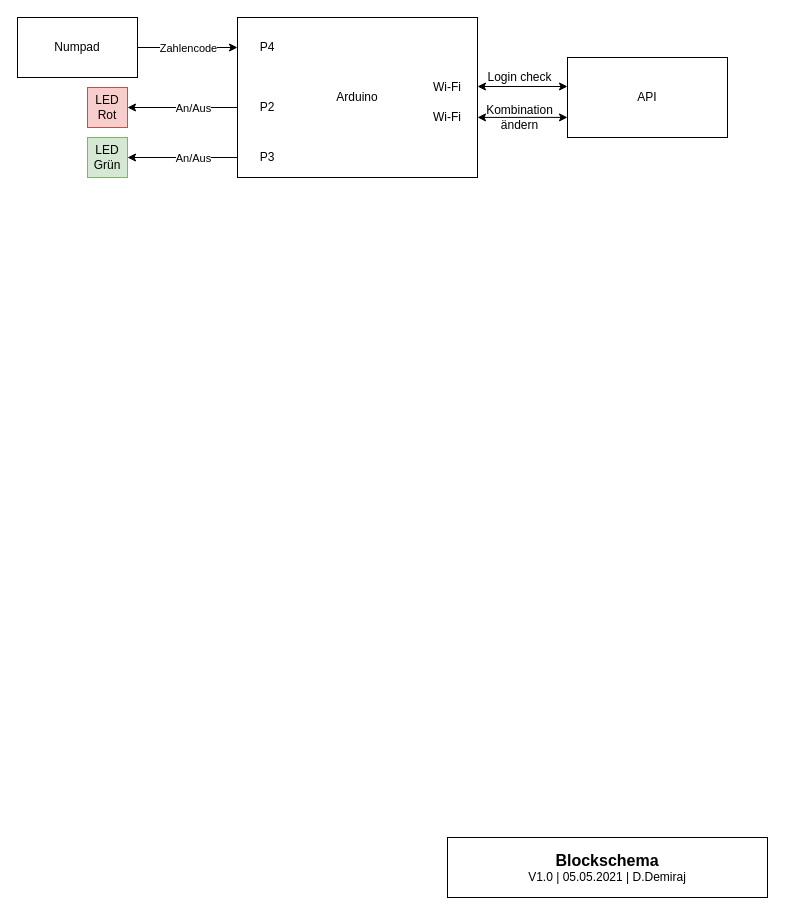
This is files/02_Blockschema.drawio from timokluser-dev/GBS_M121_Hotel-Safe, a draw.io file, before an edit. Source tidied: cells renumbered, new cells numbered last; positions are measured from the earlier drawing's top-left corner, leaving out a move shared by most shapes. Both pictures are drawn from the tidied source at 100%, with x=0, y=0 at pixel (17, 17).
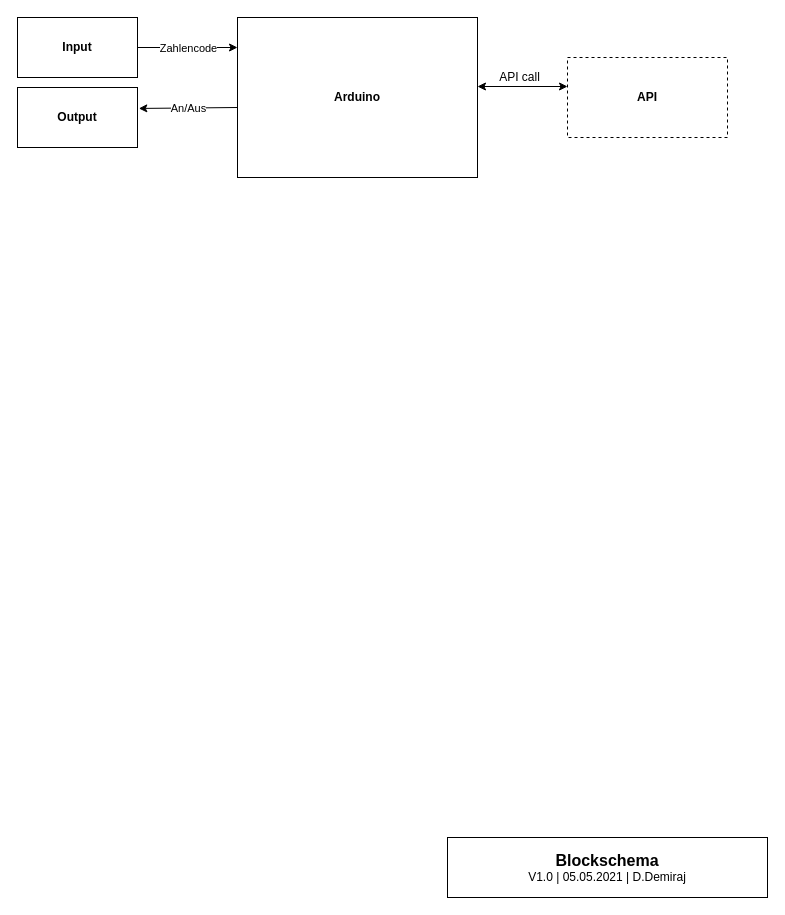
The same diagram, later.

Commit message:
Adaption to new circumstances

Dumbed down to not interfere with detailed blockdiagram and serve the purpuse better.

Diff of the diagram source:
```diff
@@
-    <mxCell id="2" value="Arduino" style="rounded=0;whiteSpace=wrap;html=1;" parent="1" vertex="1">
+    <mxCell id="2" value="&lt;b&gt;Arduino&lt;/b&gt;" style="rounded=0;whiteSpace=wrap;html=1;" parent="1" vertex="1">
       <mxGeometry x="220" width="240" height="160" as="geometry" />
     </mxCell>
@@
-    <mxCell id="5" style="endArrow=classic;html=1;rounded=0;edgeStyle=orthogonalEdgeStyle;" parent="1" edge="1">
+    <mxCell id="5" style="endArrow=classic;html=1;rounded=0;edgeStyle=orthogonalEdgeStyle;entryX=1.011;entryY=0.349;entryDx=0;entryDy=0;entryPerimeter=0;" parent="1" edge="1" target="23">
       <mxGeometry relative="1" as="geometry">
-        <mxPoint x="220" y="110" as="sourcePoint" />
-        <mxPoint x="110" y="90" as="targetPoint" />
-        <Array as="points">
-          <mxPoint x="220" y="90" />
-          <mxPoint x="110" y="90" />
-        </Array>
+        <mxPoint x="220" y="90" as="sourcePoint" />
       </mxGeometry>
     </mxCell>
@@
-    <mxCell id="7" value="Numpad" style="rounded=0;whiteSpace=wrap;html=1;" parent="1" vertex="1">
+    <mxCell id="7" value="Input" style="rounded=0;whiteSpace=wrap;html=1;fontStyle=1;" parent="1" vertex="1">
       <mxGeometry width="120" height="60" as="geometry" />
     </mxCell>
-    <mxCell id="8" value="LED Rot" style="whiteSpace=wrap;html=1;fillColor=#f8cecc;strokeColor=#b85450;" parent="1" vertex="1">
-      <mxGeometry x="70" y="70" width="40" height="40" as="geometry" />
-    </mxCell>
-    <mxCell id="9" style="endArrow=classic;html=1;rounded=0;edgeStyle=orthogonalEdgeStyle;" parent="1" edge="1">
-      <mxGeometry relative="1" as="geometry">
-        <mxPoint x="220" y="160" as="sourcePoint" />
-        <mxPoint x="110" y="140" as="targetPoint" />
-        <Array as="points">
-          <mxPoint x="220" y="140" />
-          <mxPoint x="110" y="140" />
-        </Array>
-      </mxGeometry>
-    </mxCell>
-    <mxCell id="10" value="An/Aus" style="edgeLabel;html=1;align=center;verticalAlign=middle;" parent="9" vertex="1">
-      <mxGeometry relative="1" as="geometry" />
-    </mxCell>
-    <mxCell id="11" value="LED Grün" style="whiteSpace=wrap;html=1;fillColor=#d5e8d4;strokeColor=#82b366;" parent="1" vertex="1">
-      <mxGeometry x="70" y="120" width="40" height="40" as="geometry" />
-    </mxCell>
-    <mxCell id="12" value="API" style="whiteSpace=wrap;html=1;" parent="1" vertex="1">
+    <mxCell id="12" value="&lt;b&gt;API&lt;/b&gt;" style="whiteSpace=wrap;html=1;dashed=1;" parent="1" vertex="1">
       <mxGeometry x="550" y="40" width="160" height="80" as="geometry" />
     </mxCell>
@@
-    <mxCell id="14" value="Login check" style="text;html=1;align=center;verticalAlign=middle;strokeColor=none;" parent="1" vertex="1">
-      <mxGeometry x="462" y="50" width="80" height="20" as="geometry" />
+    <mxCell id="14" value="API call" style="text;html=1;align=center;verticalAlign=middle;strokeColor=none;" parent="1" vertex="1">
+      <mxGeometry x="472" y="50" width="60" height="20" as="geometry" />
     </mxCell>
-    <mxCell id="15" style="endArrow=classic;startArrow=classic;html=1;rounded=0;edgeStyle=orthogonalEdgeStyle;entryX=0;entryY=0.5;entryDx=0;entryDy=0;" parent="1" edge="1">
-      <mxGeometry relative="1" as="geometry">
-        <mxPoint x="460" y="99.9" as="sourcePoint" />
-        <mxPoint x="550" y="99.9" as="targetPoint" />
-      </mxGeometry>
-    </mxCell>
-    <mxCell id="16" value="Kombination&lt;br&gt;ändern" style="text;html=1;align=center;verticalAlign=middle;strokeColor=none;" parent="1" vertex="1">
-      <mxGeometry x="462" y="85" width="80" height="30" as="geometry" />
-    </mxCell>
-    <mxCell id="17" value="P2" style="text;html=1;strokeColor=none;fillColor=none;align=center;verticalAlign=middle;whiteSpace=wrap;rounded=0;" parent="1" vertex="1">
-      <mxGeometry x="230" y="80" width="40" height="20" as="geometry" />
-    </mxCell>
-    <mxCell id="18" value="P3" style="text;html=1;strokeColor=none;fillColor=none;align=center;verticalAlign=middle;whiteSpace=wrap;rounded=0;" parent="1" vertex="1">
-      <mxGeometry x="230" y="130" width="40" height="20" as="geometry" />
-    </mxCell>
-    <mxCell id="19" value="Wi-Fi" style="text;html=1;strokeColor=none;fillColor=none;align=center;verticalAlign=middle;whiteSpace=wrap;rounded=0;" parent="1" vertex="1">
-      <mxGeometry x="410" y="60" width="40" height="20" as="geometry" />
-    </mxCell>
-    <mxCell id="20" value="Wi-Fi" style="text;html=1;strokeColor=none;fillColor=none;align=center;verticalAlign=middle;whiteSpace=wrap;rounded=0;" parent="1" vertex="1">
-      <mxGeometry x="410" y="90" width="40" height="20" as="geometry" />
-    </mxCell>
-    <mxCell id="21" value="P4" style="text;html=1;strokeColor=none;fillColor=none;align=center;verticalAlign=middle;whiteSpace=wrap;rounded=0;" parent="1" vertex="1">
-      <mxGeometry x="230" y="20" width="40" height="20" as="geometry" />
-    </mxCell>
@@
+    <mxCell id="23" value="Output" style="rounded=0;whiteSpace=wrap;html=1;fontStyle=1;" parent="1" vertex="1">
+      <mxGeometry y="70" width="120" height="60" as="geometry" />
+    </mxCell>
```
